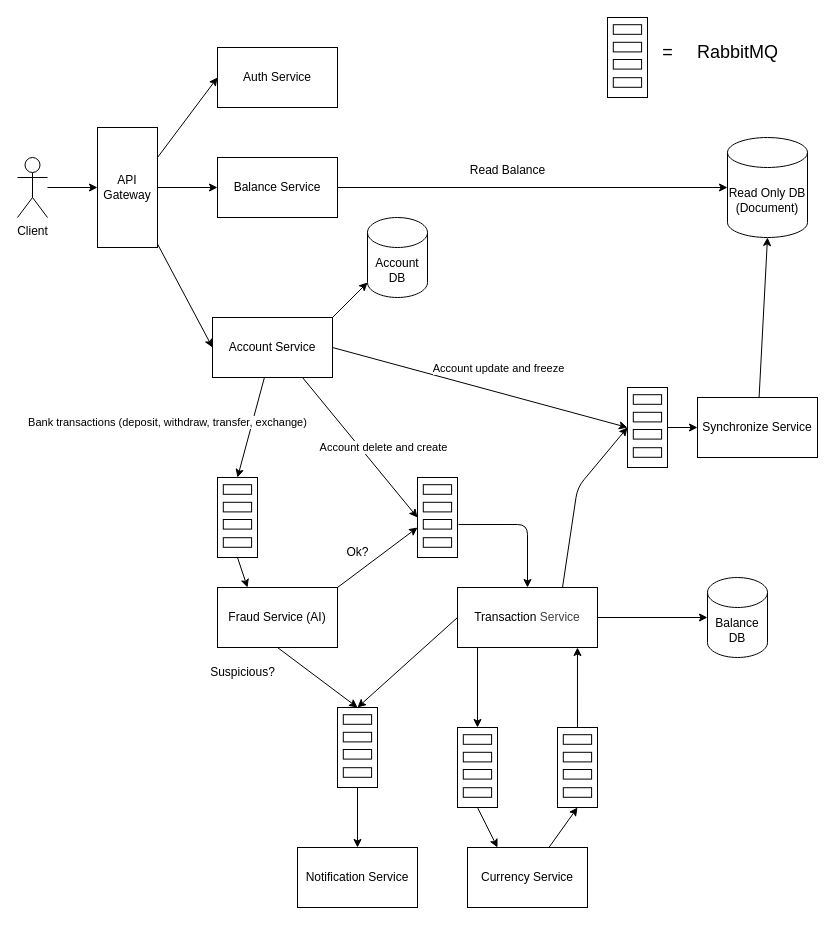
This is docs/architecture/system_architecture v2.drawio from Team-HABO/habo-banking, a draw.io file, before an edit. Source tidied: cells renumbered, new cells numbered last; positions are measured from the earlier drawing's top-left corner, leaving out a move shared by most shapes. Both pictures are drawn from the tidied source at 100%, with x=0, y=0 at pixel (17, 17).
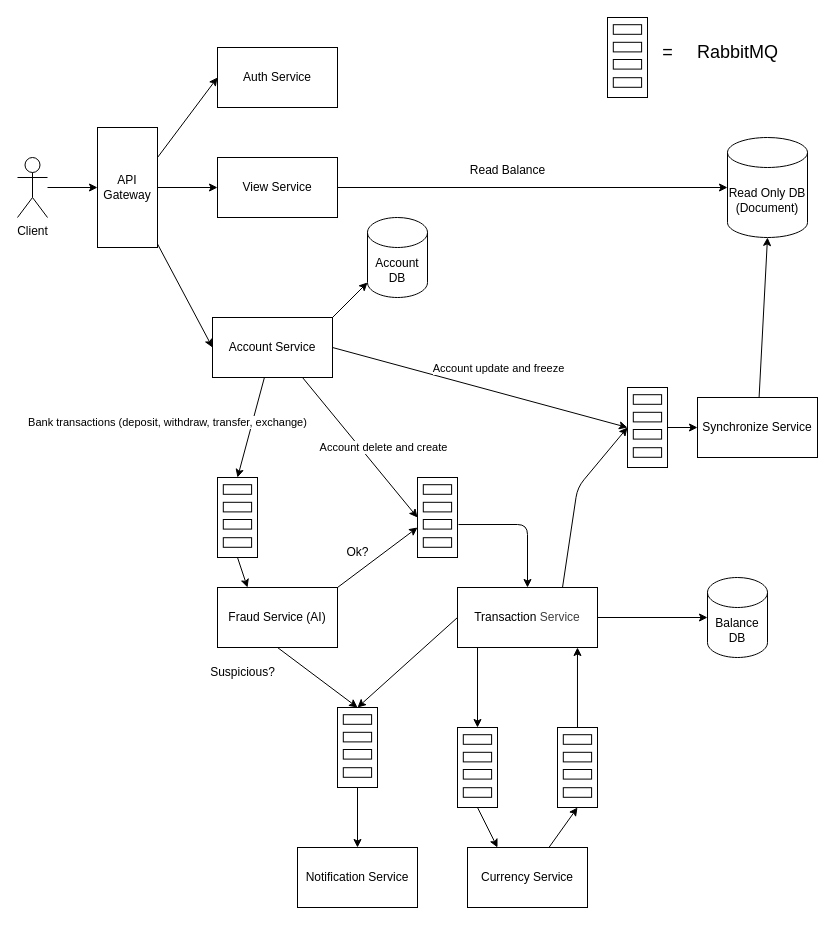
The same diagram, later.

Commit message (it also covers changes not shown here):
feat: now dockerizes service-transaction (#132)

The edit, as a diff of the source:
```diff
@@
-    <mxCell id="19" value="Balance Service" style="rounded=0;whiteSpace=wrap;html=1;" parent="1" vertex="1">
+    <mxCell id="19" value="View Service" style="rounded=0;whiteSpace=wrap;html=1;" parent="1" vertex="1">
       <mxGeometry x="200" y="140" width="120" height="60" as="geometry" />
     </mxCell>
```
